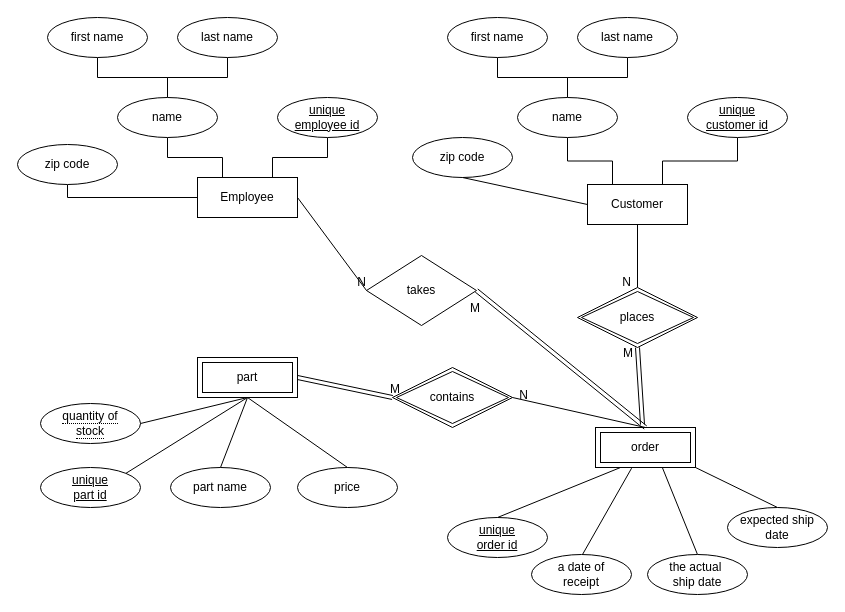
Earlier version of the draw.io diagram db과제.drawio (shgusgh12/baekjoon). Source tidied: cells renumbered, new cells numbered last; positions are measured from the earlier drawing's top-left corner, leaving out a move shared by most shapes. Both pictures are drawn from the tidied source at 100%, with x=0, y=0 at pixel (17, 17).
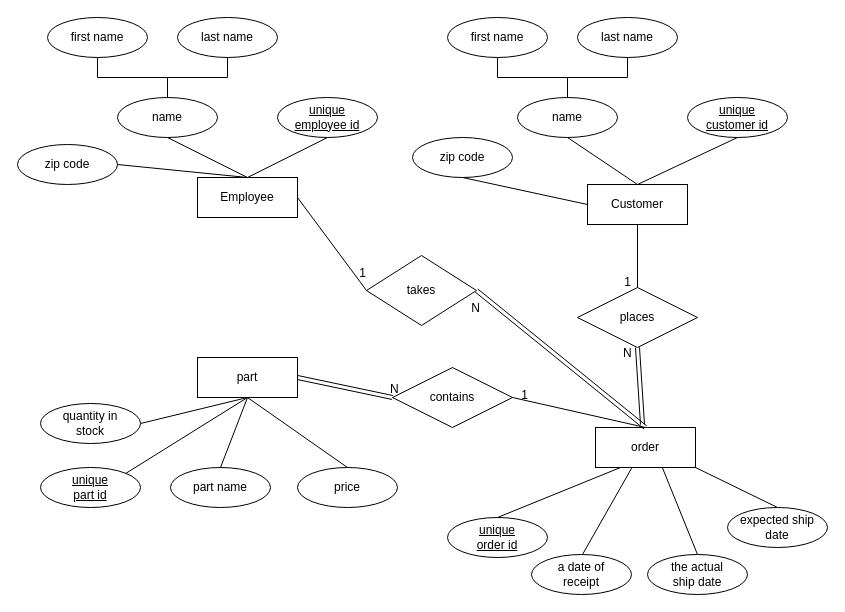
Above is the later version.

Commit message:
db과제.drawio 업데이트

Unchanged cells that the change refers to:
```xml
<mxCell id="5" value="Employee" style="whiteSpace=wrap;html=1;align=center;" parent="1" vertex="1">
  <mxGeometry x="180" y="160" width="100" height="40" as="geometry" />
</mxCell>
<mxCell id="9" value="Customer" style="whiteSpace=wrap;html=1;align=center;" parent="1" vertex="1">
  <mxGeometry x="570" y="167" width="100" height="40" as="geometry" />
</mxCell>
<mxCell id="10" value="unique &lt;br&gt;employee id" style="ellipse;whiteSpace=wrap;html=1;align=center;fontStyle=4;" parent="1" vertex="1">
  <mxGeometry x="260" y="80" width="100" height="40" as="geometry" />
</mxCell>
<mxCell id="13" value="name" style="ellipse;whiteSpace=wrap;html=1;align=center;" parent="1" vertex="1">
  <mxGeometry x="100" y="80" width="100" height="40" as="geometry" />
</mxCell>
<mxCell id="16" value="unique &lt;br&gt;customer id" style="ellipse;whiteSpace=wrap;html=1;align=center;fontStyle=4;" parent="1" vertex="1">
  <mxGeometry x="670" y="80" width="100" height="40" as="geometry" />
</mxCell>
<mxCell id="19" value="name" style="ellipse;whiteSpace=wrap;html=1;align=center;" parent="1" vertex="1">
  <mxGeometry x="500" y="80" width="100" height="40" as="geometry" />
</mxCell>
<mxCell id="26" value="zip code" style="ellipse;whiteSpace=wrap;html=1;align=center;" parent="1" vertex="1">
  <mxGeometry y="127" width="100" height="40" as="geometry" />
</mxCell>
<mxCell id="45" style="endArrow=none;html=1;rounded=0;exitX=1;exitY=0.5;exitDx=0;exitDy=0;entryX=0;entryY=0.5;entryDx=0;entryDy=0;" parent="1" edge="1" source="5" target="25">
  <mxGeometry relative="1" as="geometry" />
</mxCell>
<mxCell id="47" style="shape=link;html=1;rounded=0;endArrow=none;endFill=0;entryX=0.5;entryY=0;entryDx=0;entryDy=0;exitX=1;exitY=0.5;exitDx=0;exitDy=0;" parent="1" edge="1" source="25" target="36">
  <mxGeometry relative="1" as="geometry" />
</mxCell>
```

Change to the diagram source:
```diff
@@
-    <mxCell id="2" style="edgeStyle=orthogonalEdgeStyle;rounded=0;jettySize=auto;html=1;exitX=0.75;exitY=0;exitDx=0;exitDy=0;entryX=0.5;entryY=1;entryDx=0;entryDy=0;endArrow=none;endFill=0;" parent="1" edge="1" source="5" target="10">
-      <mxGeometry relative="1" as="geometry" />
-    </mxCell>
-    <mxCell id="3" style="edgeStyle=orthogonalEdgeStyle;rounded=0;jettySize=auto;html=1;exitX=0.25;exitY=0;exitDx=0;exitDy=0;entryX=0.5;entryY=1;entryDx=0;entryDy=0;endArrow=none;endFill=0;" parent="1" edge="1" source="5" target="13">
-      <mxGeometry relative="1" as="geometry" />
-    </mxCell>
-    <mxCell id="4" style="edgeStyle=orthogonalEdgeStyle;rounded=0;jettySize=auto;html=1;exitX=0;exitY=0.5;exitDx=0;exitDy=0;endArrow=none;endFill=0;entryX=0.5;entryY=1;entryDx=0;entryDy=0;" parent="1" edge="1" source="5" target="26">
-      <mxGeometry relative="1" as="geometry">
-        <Array as="points">
-          <mxPoint x="50" y="180" />
-        </Array>
-      </mxGeometry>
-    </mxCell>
@@
-    <mxCell id="6" style="edgeStyle=orthogonalEdgeStyle;rounded=0;jettySize=auto;html=1;exitX=0.25;exitY=0;exitDx=0;exitDy=0;endArrow=none;endFill=0;" parent="1" edge="1" source="9" target="19">
-      <mxGeometry relative="1" as="geometry" />
-    </mxCell>
-    <mxCell id="7" style="edgeStyle=orthogonalEdgeStyle;rounded=0;jettySize=auto;html=1;exitX=0.75;exitY=0;exitDx=0;exitDy=0;entryX=0.5;entryY=1;entryDx=0;entryDy=0;endArrow=none;endFill=0;" parent="1" edge="1" source="9" target="16">
-      <mxGeometry relative="1" as="geometry" />
-    </mxCell>
@@
-    <mxCell id="25" value="takes" style="shape=rhombus;perimeter=rhombusPerimeter;whiteSpace=wrap;html=1;align=center;" parent="1" vertex="1">
+    <mxCell id="25" value="takes" style="shape=rhombus;perimeter=rhombusPerimeter;whiteSpace=wrap;html=1;align=center;rotation=0;" parent="1" vertex="1">
       <mxGeometry x="349" y="238" width="110" height="70" as="geometry" />
     </mxCell>
@@
-    <mxCell id="29" value="&lt;span style=&quot;text-decoration-line: underline;&quot;&gt;unique&lt;/span&gt;&lt;br&gt;&lt;span style=&quot;text-decoration-line: underline;&quot;&gt;order id&lt;/span&gt;" style="ellipse;whiteSpace=wrap;html=1;align=center;" parent="1" vertex="1">
+    <mxCell id="29" value="&lt;u&gt;unique&lt;br&gt;order id&lt;/u&gt;" style="ellipse;whiteSpace=wrap;html=1;align=center;" parent="1" vertex="1">
       <mxGeometry x="430" y="500" width="100" height="40" as="geometry" />
     </mxCell>
@@
-    <mxCell id="34" value="places" style="shape=rhombus;double=1;perimeter=rhombusPerimeter;whiteSpace=wrap;html=1;align=center;" parent="1" vertex="1">
+    <mxCell id="34" value="places" style="shape=rhombus;double=0;perimeter=rhombusPerimeter;whiteSpace=wrap;html=1;align=center;" parent="1" vertex="1">
       <mxGeometry x="560" y="270" width="120" height="60" as="geometry" />
     </mxCell>
@@
-    <mxCell id="36" value="order" style="shape=ext;margin=3;double=1;whiteSpace=wrap;html=1;align=center;" parent="1" vertex="1">
+    <mxCell id="36" value="order" style="shape=ext;margin=3;double=0;whiteSpace=wrap;html=1;align=center;" parent="1" vertex="1">
       <mxGeometry x="578" y="410" width="100" height="40" as="geometry" />
     </mxCell>
-    <mxCell id="37" value="contains" style="shape=rhombus;double=1;perimeter=rhombusPerimeter;whiteSpace=wrap;html=1;align=center;" parent="1" vertex="1">
+    <mxCell id="37" value="contains" style="shape=rhombus;double=0;perimeter=rhombusPerimeter;whiteSpace=wrap;html=1;align=center;" parent="1" vertex="1">
       <mxGeometry x="375" y="350" width="120" height="60" as="geometry" />
     </mxCell>
-    <mxCell id="38" value="part" style="shape=ext;margin=3;double=1;whiteSpace=wrap;html=1;align=center;" parent="1" vertex="1">
+    <mxCell id="38" value="part" style="shape=ext;margin=3;double=0;whiteSpace=wrap;html=1;align=center;" parent="1" vertex="1">
       <mxGeometry x="180" y="340" width="100" height="40" as="geometry" />
     </mxCell>
@@
-    <mxCell id="41" value="N" style="html=1;align=right;verticalAlign=bottom;" parent="1" vertex="1">
+    <mxCell id="41" value="1" style="html=1;align=right;verticalAlign=bottom;" parent="1" vertex="1">
       <mxGeometry x="614" y="273" as="geometry" />
     </mxCell>
-    <mxCell id="42" value="M" style="html=1;align=left;verticalAlign=bottom;" parent="1" vertex="1">
+    <mxCell id="42" value="N" style="html=1;align=left;verticalAlign=bottom;" parent="1" vertex="1">
       <mxGeometry x="511" y="390" as="geometry">
         <mxPoint x="93" y="-46" as="offset" />
       </mxGeometry>
     </mxCell>
-    <mxCell id="43" value="N" style="html=1;align=right;verticalAlign=bottom;" parent="1" vertex="1">
+    <mxCell id="43" value="1" style="html=1;align=right;verticalAlign=bottom;" parent="1" vertex="1">
       <mxGeometry x="511" y="386" as="geometry" />
     </mxCell>
-    <mxCell id="44" value="M" style="html=1;align=left;verticalAlign=bottom;" parent="1" vertex="1">
+    <mxCell id="44" value="N" style="html=1;align=left;verticalAlign=bottom;" parent="1" vertex="1">
       <mxGeometry x="371" y="380" as="geometry" />
     </mxCell>
@@
-    <mxCell id="46" value="N" style="html=1;align=right;verticalAlign=bottom;" parent="45" vertex="1">
-      <mxGeometry x="1" relative="1" as="geometry" />
+    <mxCell id="46" value="1" style="html=1;align=right;verticalAlign=bottom;" parent="45" vertex="1">
+      <mxGeometry x="1" relative="1" as="geometry">
+        <mxPoint y="-9" as="offset" />
+      </mxGeometry>
     </mxCell>
@@
-    <mxCell id="48" value="M" style="html=1;align=right;verticalAlign=bottom;" parent="47" vertex="1">
+    <mxCell id="48" value="N" style="html=1;align=right;verticalAlign=bottom;" parent="47" vertex="1">
       <mxGeometry x="1" relative="1" as="geometry">
         <mxPoint x="-165" y="-111" as="offset" />
       </mxGeometry>
     </mxCell>
-    <mxCell id="49" value="&lt;span style=&quot;border-bottom: 1px dotted&quot;&gt;quantity of&lt;br&gt;stock&lt;br&gt;&lt;/span&gt;" style="ellipse;whiteSpace=wrap;html=1;align=center;" parent="1" vertex="1">
-      <mxGeometry x="23" y="386" width="100" height="40" as="geometry" />
-    </mxCell>
@@
-    <mxCell id="51" value="the actual&amp;nbsp;&lt;br&gt;ship date" style="ellipse;whiteSpace=wrap;html=1;align=center;" parent="1" vertex="1">
+    <mxCell id="51" value="the actual&lt;br&gt;ship date" style="ellipse;whiteSpace=wrap;html=1;align=center;" parent="1" vertex="1">
       <mxGeometry x="630" y="537" width="100" height="40" as="geometry" />
     </mxCell>
@@
-    <mxCell id="53" style="endArrow=none;html=1;rounded=0;entryX=0.5;entryY=1;entryDx=0;entryDy=0;exitX=1;exitY=0.5;exitDx=0;exitDy=0;" parent="1" edge="1" source="49" target="38">
+    <mxCell id="53" style="endArrow=none;html=1;rounded=0;entryX=0.5;entryY=1;entryDx=0;entryDy=0;exitX=1;exitY=0.5;exitDx=0;exitDy=0;" parent="1" edge="1" source="60" target="38">
       <mxGeometry relative="1" as="geometry" />
     </mxCell>
@@
+    <mxCell id="57" style="endArrow=none;html=1;rounded=0;entryX=0.5;entryY=0;entryDx=0;entryDy=0;exitX=0.5;exitY=1;exitDx=0;exitDy=0;" parent="1" edge="1" source="13" target="5">
+      <mxGeometry relative="1" as="geometry" />
+    </mxCell>
+    <mxCell id="58" style="endArrow=none;html=1;rounded=0;entryX=0.5;entryY=0;entryDx=0;entryDy=0;exitX=1;exitY=0.5;exitDx=0;exitDy=0;" parent="1" edge="1" source="26" target="5">
+      <mxGeometry relative="1" as="geometry" />
+    </mxCell>
+    <mxCell id="2" style="endArrow=none;html=1;rounded=0;entryX=0.5;entryY=1;entryDx=0;entryDy=0;exitX=0.5;exitY=0;exitDx=0;exitDy=0;" parent="1" edge="1" source="5" target="10">
+      <mxGeometry relative="1" as="geometry" />
+    </mxCell>
+    <mxCell id="59" style="endArrow=none;html=1;rounded=0;entryX=0.5;entryY=0;entryDx=0;entryDy=0;exitX=0.5;exitY=1;exitDx=0;exitDy=0;" parent="1" edge="1" source="19" target="9">
+      <mxGeometry relative="1" as="geometry" />
+    </mxCell>
+    <mxCell id="7" style="endArrow=none;html=1;rounded=0;entryX=0.5;entryY=1;entryDx=0;entryDy=0;exitX=0.5;exitY=0;exitDx=0;exitDy=0;" parent="1" edge="1" source="9" target="16">
+      <mxGeometry relative="1" as="geometry" />
+    </mxCell>
+    <mxCell id="60" value="quantity in &lt;br&gt;stock" style="ellipse;whiteSpace=wrap;html=1;align=center;" parent="1" vertex="1">
+      <mxGeometry x="23" y="386" width="100" height="40" as="geometry" />
+    </mxCell>
```
